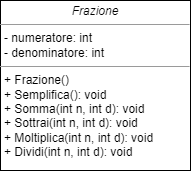
Above: Rota Thomas - 9 - Classe Frazione/UML_ClassFrazione.png in thomasrota/Rota-Thomas---9---Classe-Frazione (draw.io), before the change. Source tidied: cells renumbered, new cells last; positions are measured from the earlier drawing's top-left corner, leaving out a move shared by most shapes. Its diagram source:
```xml
<mxGraphModel>
  <root>
    <mxCell id="0" />
    <mxCell id="1" parent="0" />
    <mxCell id="2" value="&lt;p style=&quot;margin:0px;margin-top:4px;text-align:center;&quot;&gt;&lt;i&gt;Frazione&lt;/i&gt;&lt;/p&gt;&lt;hr size=&quot;1&quot;&gt;&lt;p style=&quot;margin:0px;margin-left:4px;&quot;&gt;- numeratore: int&lt;br&gt;- denominatore: int&lt;/p&gt;&lt;hr size=&quot;1&quot;&gt;&lt;p style=&quot;margin:0px;margin-left:4px;&quot;&gt;+ Frazione()&lt;br&gt;+ Semplifica(): void&lt;/p&gt;&lt;p style=&quot;margin:0px;margin-left:4px;&quot;&gt;+ Somma(int n, int d): void&lt;/p&gt;&lt;p style=&quot;margin:0px;margin-left:4px;&quot;&gt;+ Sottrai(int n, int d): void&lt;/p&gt;&lt;p style=&quot;margin:0px;margin-left:4px;&quot;&gt;+ Moltiplica(int n, int d): void&lt;/p&gt;&lt;p style=&quot;margin:0px;margin-left:4px;&quot;&gt;+ Dividi(int n, int d): void&lt;/p&gt;" style="verticalAlign=top;align=left;overflow=fill;fontSize=12;fontFamily=Helvetica;html=1;whiteSpace=wrap;" parent="1" vertex="1">
      <mxGeometry width="190" height="170" as="geometry" />
    </mxCell>
  </root>
</mxGraphModel>
```
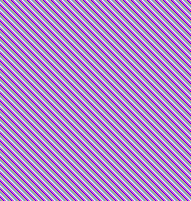
Later version of the same file.

Commit message:
<metodo 'Semplifica'>

Change to the diagram source:
```diff
@@ -2,8 +2,8 @@
   <root>
     <mxCell id="0" />
     <mxCell id="1" parent="0" />
-    <mxCell id="2" value="&lt;p style=&quot;margin:0px;margin-top:4px;text-align:center;&quot;&gt;&lt;i&gt;Frazione&lt;/i&gt;&lt;/p&gt;&lt;hr size=&quot;1&quot;&gt;&lt;p style=&quot;margin:0px;margin-left:4px;&quot;&gt;- numeratore: int&lt;br&gt;- denominatore: int&lt;/p&gt;&lt;hr size=&quot;1&quot;&gt;&lt;p style=&quot;margin:0px;margin-left:4px;&quot;&gt;+ Frazione()&lt;br&gt;+ Semplifica(): void&lt;/p&gt;&lt;p style=&quot;margin:0px;margin-left:4px;&quot;&gt;+ Somma(int n, int d): void&lt;/p&gt;&lt;p style=&quot;margin:0px;margin-left:4px;&quot;&gt;+ Sottrai(int n, int d): void&lt;/p&gt;&lt;p style=&quot;margin:0px;margin-left:4px;&quot;&gt;+ Moltiplica(int n, int d): void&lt;/p&gt;&lt;p style=&quot;margin:0px;margin-left:4px;&quot;&gt;+ Dividi(int n, int d): void&lt;/p&gt;" style="verticalAlign=top;align=left;overflow=fill;fontSize=12;fontFamily=Helvetica;html=1;whiteSpace=wrap;" parent="1" vertex="1">
-      <mxGeometry width="190" height="170" as="geometry" />
+    <mxCell id="2" value="&lt;p style=&quot;margin:0px;margin-top:4px;text-align:center;&quot;&gt;&lt;i&gt;Frazione&lt;/i&gt;&lt;/p&gt;&lt;hr size=&quot;1&quot;&gt;&lt;p style=&quot;margin:0px;margin-left:4px;&quot;&gt;- numeratore: int&lt;br&gt;- denominatore: int&lt;/p&gt;&lt;hr size=&quot;1&quot;&gt;&lt;p style=&quot;margin:0px;margin-left:4px;&quot;&gt;+ Frazione()&lt;br&gt;+ Semplifica(): void&lt;/p&gt;&lt;p style=&quot;margin:0px;margin-left:4px;&quot;&gt;+ Somma(int n, int d): void&lt;/p&gt;&lt;p style=&quot;margin:0px;margin-left:4px;&quot;&gt;+ Sottrai(int n, int d): void&lt;/p&gt;&lt;p style=&quot;margin:0px;margin-left:4px;&quot;&gt;+ Moltiplica(int n, int d): void&lt;/p&gt;&lt;p style=&quot;margin:0px;margin-left:4px;&quot;&gt;+ Dividi(int n, int d): void&lt;/p&gt;&lt;p style=&quot;margin:0px;margin-left:4px;&quot;&gt;+ Semplifica(): void&lt;/p&gt;&lt;p style=&quot;margin:0px;margin-left:4px;&quot;&gt;- MCD(int n1, int n2): int&lt;br&gt;&lt;/p&gt;" style="verticalAlign=top;align=left;overflow=fill;fontSize=12;fontFamily=Helvetica;html=1;whiteSpace=wrap;" parent="1" vertex="1">
+      <mxGeometry width="190" height="200" as="geometry" />
     </mxCell>
   </root>
 </mxGraphModel>
```
